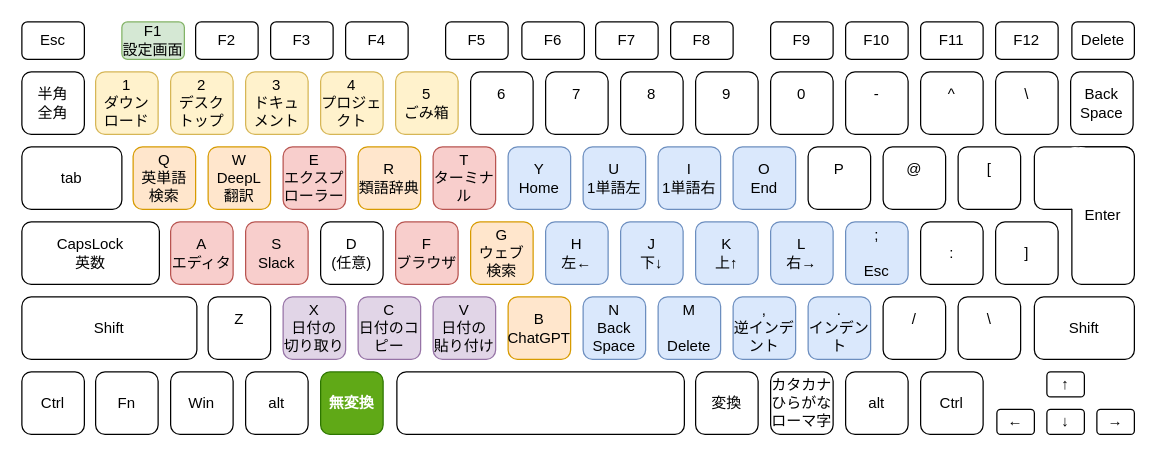
The draw.io diagram page "keyboard" (1 of 4) of img/keyboard.drawio in kimushun1101/muhenkan-switch, before the edit. Source tidied: cells renumbered, new cells numbered last; positions are measured from the earlier drawing's top-left corner, leaving out a move shared by most shapes. Both pictures are drawn from the tidied source at 125%, with x=0, y=0 at pixel (21, 21).
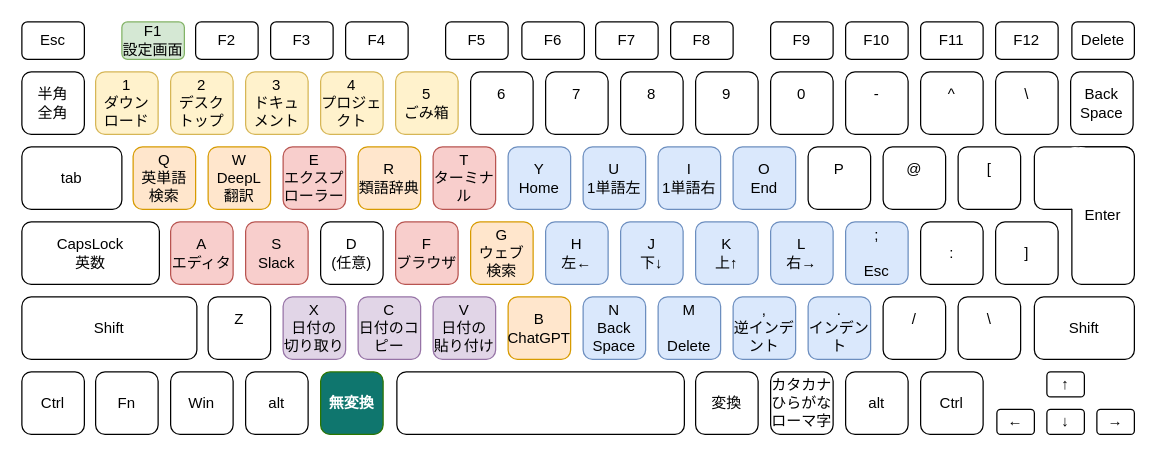
The same page after the edit.

What changed in the source:
```diff
@@
-    <mxCell id="64" value="&lt;b&gt;無変換&lt;/b&gt;" style="rounded=1;whiteSpace=wrap;html=1;fillColor=#60a917;fontColor=#ffffff;strokeColor=#2D7600;" parent="1" vertex="1">
+    <mxCell id="64" value="&lt;b&gt;&lt;font style=&quot;color: rgb(255, 255, 255);&quot;&gt;無変換&lt;/font&gt;&lt;/b&gt;" style="rounded=1;whiteSpace=wrap;html=1;fillColor=#0F766E;fontColor=#FFFFFF;strokeColor=#2D7600;" parent="1" vertex="1">
       <mxGeometry x="239" y="280" width="50" height="50" as="geometry" />
     </mxCell>
```
